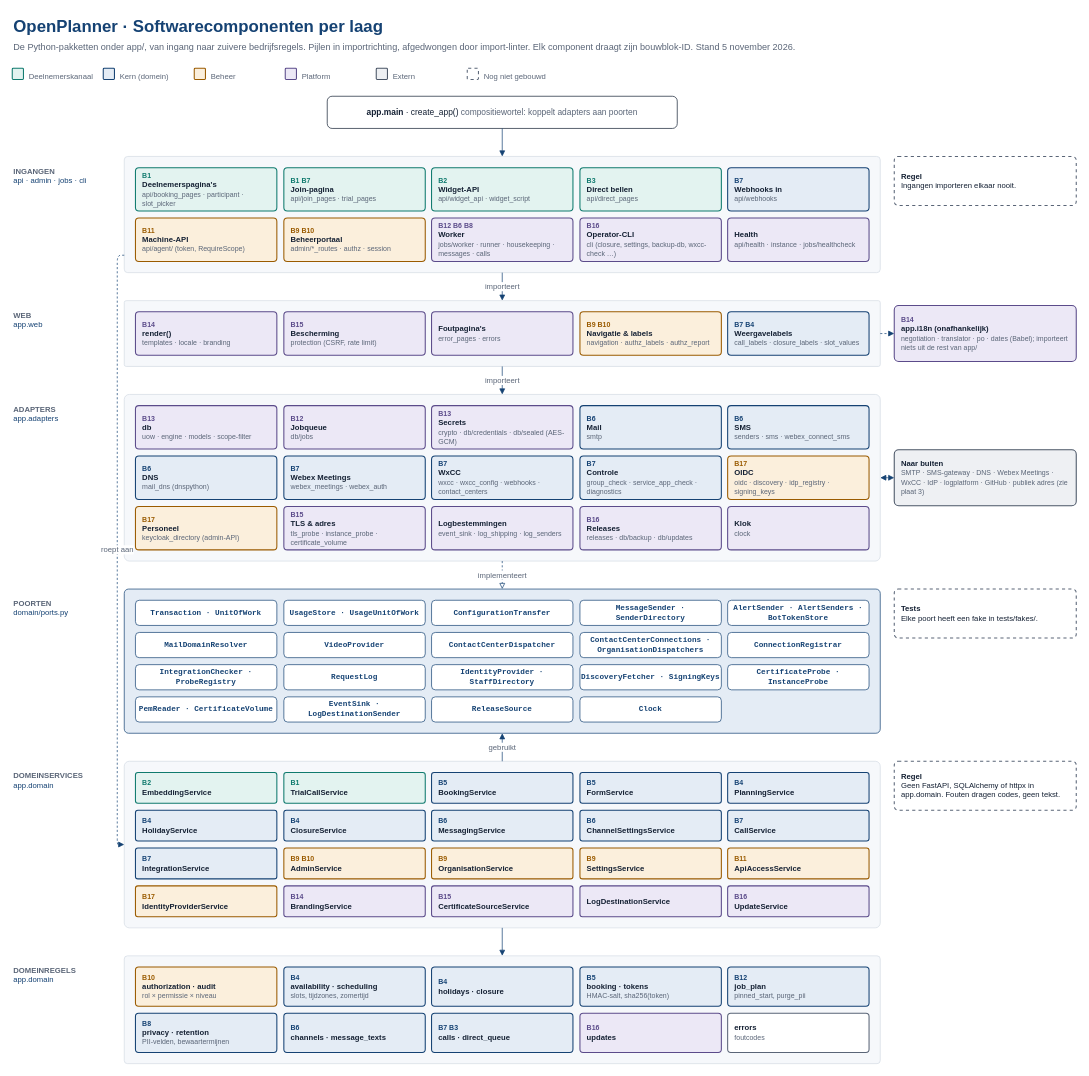
Earlier version of the draw.io diagram page "2 Softwarecomponenten" (2 of 3) of docs/diagrams/openplanner-architectuur.drawio (3Corners-Labs/OpenPlanner). Source tidied: cells renumbered, new cells numbered last; positions are measured from the earlier drawing's top-left corner, leaving out a move shared by most shapes. Both pictures are drawn from the tidied source at 70%, with x=0, y=0 at pixel (12, 12).
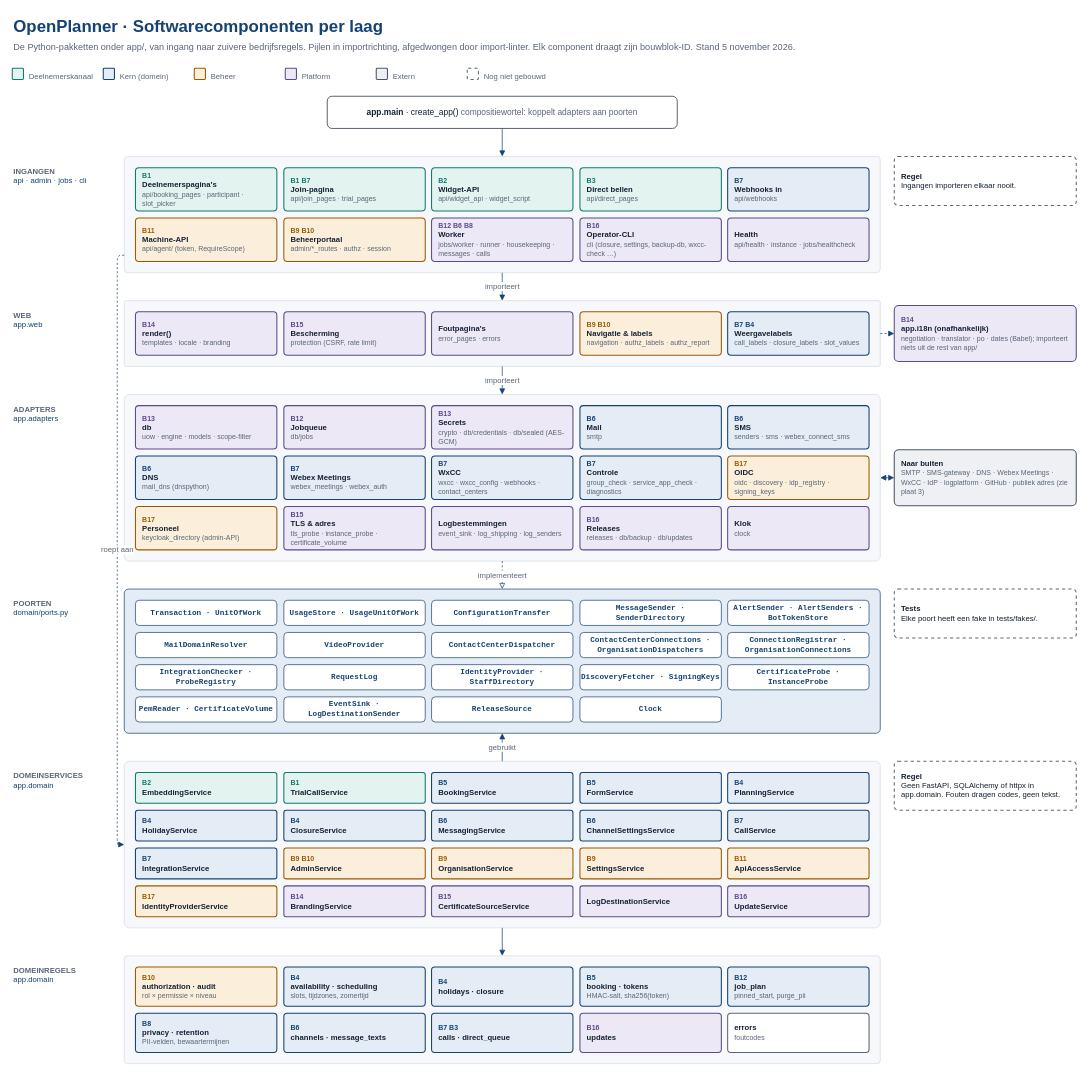
The same page after the edit.

The edit, as a diff of the source:
```diff
@@
-    <mxCell id="72" value="&lt;b&gt;ConnectionRegistrar&lt;/b&gt;" style="rounded=1;whiteSpace=wrap;html=1;strokeColor=#154273;fillColor=#ffffff;fontSize=11;fontColor=#154273;fontFamily=Courier New;" parent="1" vertex="1">
+    <mxCell id="72" value="&lt;b&gt;ConnectionRegistrar · OrganisationConnections&lt;/b&gt;" style="rounded=1;whiteSpace=wrap;html=1;strokeColor=#154273;fillColor=#ffffff;fontSize=11;fontColor=#154273;fontFamily=Courier New;" parent="1" vertex="1">
       <mxGeometry x="1022" y="886" width="202" height="36" as="geometry" />
     </mxCell>
```
